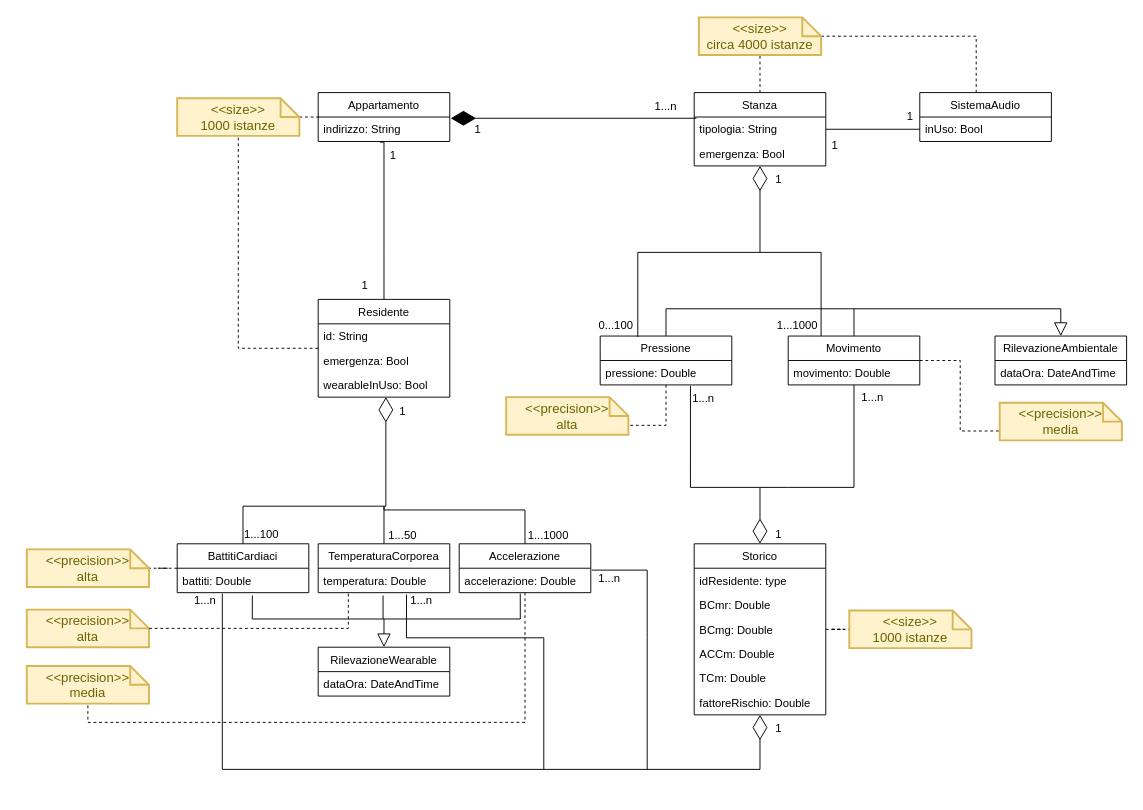
Above: Progetto/Dominio/Diag 2.drawio in Wonderjack996/unimib-software-architecture (draw.io), before the change. Source tidied: cells renumbered, new cells numbered last; positions are measured from the earlier drawing's top-left corner, leaving out a move shared by most shapes. Both pictures are drawn from the tidied source at 94%, with x=0, y=0 at pixel (26, 17).
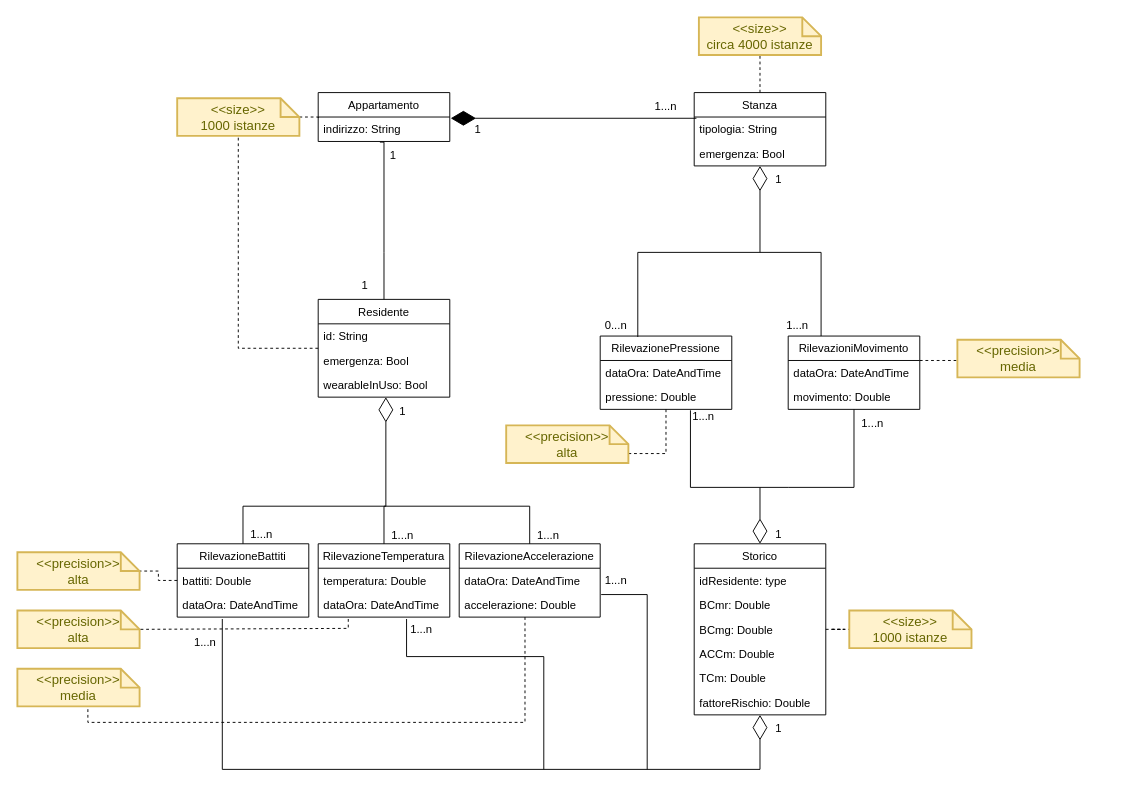
The same page after the edit.

The change refers to these unchanged cells:
```xml
<mxCell id="6" value="tipologia: String" style="text;strokeColor=none;fillColor=none;align=left;verticalAlign=top;spacingLeft=4;spacingRight=4;overflow=hidden;points=[[0,0.5],[1,0.5]];portConstraint=eastwest;" parent="5" vertex="1">
  <mxGeometry y="26" width="140" height="26" as="geometry" />
</mxCell>
<mxCell id="30" value="Storico" style="swimlane;fontStyle=0;horizontal=1;startSize=26;fillColor=none;" parent="1" vertex="1">
  <mxGeometry x="710" y="560" width="140" height="182" as="geometry" />
</mxCell>
<mxCell id="39" value="&amp;lt;&amp;lt;size&amp;gt;&amp;gt;&lt;br&gt;circa 4000 istanze" style="shape=note;strokeWidth=2;fontSize=14;size=20;whiteSpace=wrap;html=1;fillColor=#fff2cc;strokeColor=#d6b656;fontColor=#666600;" parent="1" vertex="1">
  <mxGeometry x="715" width="130" height="40" as="geometry" />
</mxCell>
<mxCell id="48" value="battiti: Double" style="text;strokeColor=none;fillColor=none;align=left;verticalAlign=top;spacingLeft=4;spacingRight=4;overflow=hidden;points=[[0,0.5],[1,0.5]];portConstraint=eastwest;" parent="47" vertex="1">
  <mxGeometry y="26" width="140" height="26" as="geometry" />
</mxCell>
<mxCell id="50" value="temperatura: Double" style="text;strokeColor=none;fillColor=none;align=left;verticalAlign=top;spacingLeft=4;spacingRight=4;overflow=hidden;points=[[0,0.5],[1,0.5]];portConstraint=eastwest;" parent="49" vertex="1">
  <mxGeometry y="26" width="140" height="26" as="geometry" />
</mxCell>
```

What changed in the source:
```diff
@@
-    <mxCell id="11" value="RilevazioneAmbientale" style="swimlane;fontStyle=0;horizontal=1;startSize=26;fillColor=none;" parent="1" vertex="1">
-      <mxGeometry x="1030" y="339" width="140" height="52" as="geometry" />
-    </mxCell>
-    <mxCell id="12" value="dataOra: DateAndTime" style="text;strokeColor=none;fillColor=none;align=left;verticalAlign=top;spacingLeft=4;spacingRight=4;overflow=hidden;" parent="11" vertex="1">
-      <mxGeometry y="26" width="140" height="26" as="geometry" />
-    </mxCell>
-    <mxCell id="13" value="RilevazioneWearable" style="swimlane;fontStyle=0;horizontal=1;startSize=26;fillColor=none;" parent="1" vertex="1">
-      <mxGeometry x="310" y="670" width="140" height="52" as="geometry" />
-    </mxCell>
-    <mxCell id="14" value="dataOra: DateAndTime" style="text;strokeColor=none;fillColor=none;align=left;verticalAlign=top;spacingLeft=4;spacingRight=4;overflow=hidden;" parent="13" vertex="1">
-      <mxGeometry y="26" width="140" height="26" as="geometry" />
-    </mxCell>
@@
-    <mxCell id="23" style="edgeStyle=orthogonalEdgeStyle;rounded=0;jettySize=auto;html=1;entryX=0;entryY=0;entryDx=130;entryDy=20;entryPerimeter=0;dashed=1;endArrow=none;endFill=0;" parent="1" edge="1" source="24" target="39">
-      <mxGeometry relative="1" as="geometry">
-        <Array as="points">
-          <mxPoint x="1010" y="20" />
-        </Array>
-      </mxGeometry>
-    </mxCell>
-    <mxCell id="24" value="SistemaAudio" style="swimlane;fontStyle=0;horizontal=1;startSize=26;fillColor=none;" parent="1" vertex="1">
-      <mxGeometry x="950" y="80" width="140" height="52" as="geometry" />
-    </mxCell>
-    <mxCell id="25" value="inUso: Bool" style="text;strokeColor=none;fillColor=none;align=left;verticalAlign=top;spacingLeft=4;spacingRight=4;overflow=hidden;points=[[0,0.5],[1,0.5]];portConstraint=eastwest;" parent="24" vertex="1">
-      <mxGeometry y="26" width="140" height="26" as="geometry" />
-    </mxCell>
-    <mxCell id="26" style="edgeStyle=orthogonalEdgeStyle;rounded=0;jettySize=auto;html=1;endArrow=none;endFill=0;" parent="1" edge="1" source="6" target="25">
-      <mxGeometry relative="1" as="geometry" />
-    </mxCell>
-    <mxCell id="27" value="1" style="text;html=1;strokeColor=none;fillColor=none;align=center;verticalAlign=middle;whiteSpace=wrap;rounded=0;" parent="1" vertex="1">
-      <mxGeometry x="910" y="91" width="60" height="30" as="geometry" />
-    </mxCell>
-    <mxCell id="28" value="1" style="text;html=1;strokeColor=none;fillColor=none;align=center;verticalAlign=middle;whiteSpace=wrap;rounded=0;" parent="1" vertex="1">
-      <mxGeometry x="830" y="121" width="60" height="30" as="geometry" />
-    </mxCell>
@@
-    <mxCell id="41" value="Pressione" style="swimlane;fontStyle=0;horizontal=1;startSize=26;fillColor=none;" parent="1" vertex="1">
-      <mxGeometry x="610" y="339" width="140" height="52" as="geometry" />
+    <mxCell id="41" value="RilevazionePressione" style="swimlane;fontStyle=0;horizontal=1;startSize=26;fillColor=none;" parent="1" vertex="1">
+      <mxGeometry x="610" y="339" width="140" height="78" as="geometry" />
     </mxCell>
+    <mxCell id="90" value="dataOra: DateAndTime" style="text;strokeColor=none;fillColor=none;align=left;verticalAlign=top;spacingLeft=4;spacingRight=4;overflow=hidden;" parent="41" vertex="1">
+      <mxGeometry y="26" width="140" height="26" as="geometry" />
+    </mxCell>
     <mxCell id="42" value="pressione: Double" style="text;strokeColor=none;fillColor=none;align=left;verticalAlign=top;spacingLeft=4;spacingRight=4;overflow=hidden;points=[[0,0.5],[1,0.5]];portConstraint=eastwest;" parent="41" vertex="1">
-      <mxGeometry y="26" width="140" height="26" as="geometry" />
+      <mxGeometry y="52" width="140" height="26" as="geometry" />
     </mxCell>
     <mxCell id="43" style="edgeStyle=orthogonalEdgeStyle;rounded=0;jettySize=auto;html=1;entryX=0;entryY=0.5;entryDx=0;entryDy=0;entryPerimeter=0;endArrow=none;endFill=0;dashed=1;" parent="1" edge="1" source="44" target="58">
       <mxGeometry relative="1" as="geometry">
         <Array as="points">
-          <mxPoint x="993" y="365" />
-          <mxPoint x="993" y="440" />
+          <mxPoint x="1000" y="365" />
         </Array>
       </mxGeometry>
     </mxCell>
-    <mxCell id="44" value="Movimento" style="swimlane;fontStyle=0;horizontal=1;startSize=26;fillColor=none;" parent="1" vertex="1">
-      <mxGeometry x="810" y="339" width="140" height="52" as="geometry" />
+    <mxCell id="44" value="RilevazioniMovimento" style="swimlane;fontStyle=0;horizontal=1;startSize=26;fillColor=none;" parent="1" vertex="1">
+      <mxGeometry x="810" y="339" width="140" height="78" as="geometry" />
     </mxCell>
+    <mxCell id="91" value="dataOra: DateAndTime" style="text;strokeColor=none;fillColor=none;align=left;verticalAlign=top;spacingLeft=4;spacingRight=4;overflow=hidden;" parent="44" vertex="1">
+      <mxGeometry y="26" width="140" height="26" as="geometry" />
+    </mxCell>
     <mxCell id="45" value="movimento: Double" style="text;strokeColor=none;fillColor=none;align=left;verticalAlign=top;spacingLeft=4;spacingRight=4;overflow=hidden;" parent="44" vertex="1">
-      <mxGeometry y="26" width="140" height="26" as="geometry" />
+      <mxGeometry y="52" width="140" height="26" as="geometry" />
     </mxCell>
@@
-    <mxCell id="47" value="BattitiCardiaci" style="swimlane;fontStyle=0;horizontal=1;startSize=26;fillColor=none;" parent="1" vertex="1">
-      <mxGeometry x="160" y="560" width="140" height="52" as="geometry" />
+    <mxCell id="47" value="RilevazioneBattiti" style="swimlane;fontStyle=0;horizontal=1;startSize=26;fillColor=none;" parent="1" vertex="1">
+      <mxGeometry x="160" y="560" width="140" height="78" as="geometry" />
     </mxCell>
@@
+    <mxCell id="92" value="dataOra: DateAndTime" style="text;strokeColor=none;fillColor=none;align=left;verticalAlign=top;spacingLeft=4;spacingRight=4;overflow=hidden;" parent="47" vertex="1">
+      <mxGeometry y="52" width="140" height="26" as="geometry" />
+    </mxCell>
-    <mxCell id="49" value="TemperaturaCorporea" style="swimlane;fontStyle=0;horizontal=1;startSize=26;fillColor=none;" parent="1" vertex="1">
-      <mxGeometry x="310" y="560" width="140" height="52" as="geometry" />
+    <mxCell id="49" value="RilevazioneTemperatura" style="swimlane;fontStyle=0;horizontal=1;startSize=26;fillColor=none;" parent="1" vertex="1">
+      <mxGeometry x="310" y="560" width="140" height="78" as="geometry" />
     </mxCell>
@@
+    <mxCell id="93" value="dataOra: DateAndTime" style="text;strokeColor=none;fillColor=none;align=left;verticalAlign=top;spacingLeft=4;spacingRight=4;overflow=hidden;" parent="49" vertex="1">
+      <mxGeometry y="52" width="140" height="26" as="geometry" />
+    </mxCell>
@@
-    <mxCell id="52" value="Accelerazione" style="swimlane;fontStyle=0;horizontal=1;startSize=26;fillColor=none;" parent="1" vertex="1">
-      <mxGeometry x="460" y="560" width="140" height="52" as="geometry" />
+    <mxCell id="52" value="RilevazioneAccelerazione" style="swimlane;fontStyle=0;horizontal=1;startSize=26;fillColor=none;" parent="1" vertex="1">
+      <mxGeometry x="460" y="560" width="150" height="78" as="geometry" />
     </mxCell>
+    <mxCell id="94" value="dataOra: DateAndTime" style="text;strokeColor=none;fillColor=none;align=left;verticalAlign=top;spacingLeft=4;spacingRight=4;overflow=hidden;" parent="52" vertex="1">
+      <mxGeometry y="26" width="150" height="26" as="geometry" />
+    </mxCell>
     <mxCell id="53" value="accelerazione: Double" style="text;strokeColor=none;fillColor=none;align=left;verticalAlign=top;spacingLeft=4;spacingRight=4;overflow=hidden;points=[[0,0.5],[1,0.5]];portConstraint=eastwest;" parent="52" vertex="1">
-      <mxGeometry y="26" width="140" height="26" as="geometry" />
+      <mxGeometry y="52" width="150" height="26" as="geometry" />
     </mxCell>
     <mxCell id="54" value="&amp;lt;&amp;lt;precision&amp;gt;&amp;gt;&lt;br&gt;alta" style="shape=note;strokeWidth=2;fontSize=14;size=20;whiteSpace=wrap;html=1;fillColor=#fff2cc;strokeColor=#d6b656;fontColor=#666600;" parent="1" vertex="1">
-      <mxGeometry y="630" width="130" height="40" as="geometry" />
+      <mxGeometry x="-10" y="631" width="130" height="40" as="geometry" />
     </mxCell>
     <mxCell id="55" value="&amp;lt;&amp;lt;precision&amp;gt;&amp;gt;&lt;br&gt;alta" style="shape=note;strokeWidth=2;fontSize=14;size=20;whiteSpace=wrap;html=1;fillColor=#fff2cc;strokeColor=#d6b656;fontColor=#666600;" parent="1" vertex="1">
-      <mxGeometry y="566" width="130" height="40" as="geometry" />
+      <mxGeometry x="-10" y="569" width="130" height="40" as="geometry" />
     </mxCell>
     <mxCell id="56" value="&amp;lt;&amp;lt;precision&amp;gt;&amp;gt;&lt;br&gt;media" style="shape=note;strokeWidth=2;fontSize=14;size=20;whiteSpace=wrap;html=1;fillColor=#fff2cc;strokeColor=#d6b656;fontColor=#666600;" parent="1" vertex="1">
-      <mxGeometry y="690" width="130" height="40" as="geometry" />
+      <mxGeometry x="-10" y="693" width="130" height="40" as="geometry" />
     </mxCell>
     <mxCell id="57" value="&amp;lt;&amp;lt;precision&amp;gt;&amp;gt;&lt;br&gt;alta" style="shape=note;strokeWidth=2;fontSize=14;size=20;whiteSpace=wrap;html=1;fillColor=#fff2cc;strokeColor=#d6b656;fontColor=#666600;" parent="1" vertex="1">
-      <mxGeometry x="510" y="404" width="130" height="40" as="geometry" />
+      <mxGeometry x="510" y="434" width="130" height="40" as="geometry" />
     </mxCell>
     <mxCell id="58" value="&amp;lt;&amp;lt;precision&amp;gt;&amp;gt;&lt;br&gt;media" style="shape=note;strokeWidth=2;fontSize=14;size=20;whiteSpace=wrap;html=1;fillColor=#fff2cc;strokeColor=#d6b656;fontColor=#666600;" parent="1" vertex="1">
-      <mxGeometry x="1035" y="410" width="130" height="40" as="geometry" />
+      <mxGeometry x="990" y="343" width="130" height="40" as="geometry" />
     </mxCell>
@@
-    <mxCell id="60" style="edgeStyle=orthogonalEdgeStyle;html=1;endSize=12;endArrow=block;endFill=0;rounded=0;exitX=0.571;exitY=1.115;exitDx=0;exitDy=0;exitPerimeter=0;entryX=0.5;entryY=0;entryDx=0;entryDy=0;" parent="1" edge="1" source="48" target="13">
-      <mxGeometry relative="1" as="geometry">
-        <Array as="points">
-          <mxPoint x="240" y="640" />
-          <mxPoint x="380" y="640" />
-        </Array>
-      </mxGeometry>
-    </mxCell>
-    <mxCell id="61" style="endArrow=none;html=1;rounded=0;exitX=0.493;exitY=1.115;exitDx=0;exitDy=0;exitPerimeter=0;" parent="1" edge="1" source="50">
-      <mxGeometry relative="1" as="geometry">
-        <mxPoint x="379" y="640" as="targetPoint" />
-      </mxGeometry>
-    </mxCell>
-    <mxCell id="62" style="endArrow=none;html=1;rounded=0;exitX=0.464;exitY=1.038;exitDx=0;exitDy=0;exitPerimeter=0;edgeStyle=orthogonalEdgeStyle;" parent="1" edge="1" source="53">
-      <mxGeometry relative="1" as="geometry">
-        <mxPoint x="380" y="640" as="targetPoint" />
-        <Array as="points">
-          <mxPoint x="525" y="640" />
-        </Array>
-      </mxGeometry>
-    </mxCell>
@@
     <mxCell id="65" style="endArrow=none;html=1;rounded=0;exitX=0.5;exitY=0;exitDx=0;exitDy=0;edgeStyle=orthogonalEdgeStyle;" parent="1" edge="1" source="52">
       <mxGeometry relative="1" as="geometry">
         <mxPoint x="380" y="520" as="targetPoint" />
         <Array as="points">
-          <mxPoint x="530" y="524" />
+          <mxPoint x="535" y="520" />
         </Array>
       </mxGeometry>
     </mxCell>
@@
-    <mxCell id="67" value="1...1000" style="text;html=1;strokeColor=none;fillColor=none;align=center;verticalAlign=middle;whiteSpace=wrap;rounded=0;" parent="1" vertex="1">
+    <mxCell id="67" value="1...n" style="text;html=1;strokeColor=none;fillColor=none;align=center;verticalAlign=middle;whiteSpace=wrap;rounded=0;" parent="1" vertex="1">
       <mxGeometry x="525" y="536" width="60" height="30" as="geometry" />
     </mxCell>
-    <mxCell id="68" value="1...50" style="text;html=1;strokeColor=none;fillColor=none;align=center;verticalAlign=middle;whiteSpace=wrap;rounded=0;" parent="1" vertex="1">
+    <mxCell id="68" value="1...n" style="text;html=1;strokeColor=none;fillColor=none;align=center;verticalAlign=middle;whiteSpace=wrap;rounded=0;" parent="1" vertex="1">
       <mxGeometry x="370" y="536" width="60" height="30" as="geometry" />
     </mxCell>
-    <mxCell id="69" value="1...100" style="text;html=1;strokeColor=none;fillColor=none;align=center;verticalAlign=middle;whiteSpace=wrap;rounded=0;" parent="1" vertex="1">
+    <mxCell id="69" value="1...n" style="text;html=1;strokeColor=none;fillColor=none;align=center;verticalAlign=middle;whiteSpace=wrap;rounded=0;" parent="1" vertex="1">
       <mxGeometry x="220" y="535" width="60" height="30" as="geometry" />
     </mxCell>
-    <mxCell id="70" style="endArrow=none;dashed=1;html=1;rounded=0;exitX=0.229;exitY=1.038;exitDx=0;exitDy=0;exitPerimeter=0;edgeStyle=orthogonalEdgeStyle;entryX=0;entryY=0;entryDx=130;entryDy=20;entryPerimeter=0;" parent="1" edge="1" source="50" target="54">
+    <mxCell id="70" style="endArrow=none;dashed=1;html=1;rounded=0;edgeStyle=orthogonalEdgeStyle;entryX=0;entryY=0;entryDx=130;entryDy=20;entryPerimeter=0;" parent="1" edge="1" target="54">
       <mxGeometry relative="1" as="geometry">
+        <mxPoint x="342" y="640" as="sourcePoint" />
         <Array as="points">
           <mxPoint x="342" y="650" />
         </Array>
       </mxGeometry>
     </mxCell>
-    <mxCell id="71" style="endArrow=diamondThin;endFill=0;endSize=24;html=1;rounded=0;edgeStyle=orthogonalEdgeStyle;entryX=0.5;entryY=1;entryDx=0;entryDy=0;exitX=0.343;exitY=1.038;exitDx=0;exitDy=0;exitPerimeter=0;" parent="1" edge="1" source="48" target="30">
+    <mxCell id="71" style="endArrow=diamondThin;endFill=0;endSize=24;html=1;rounded=0;edgeStyle=orthogonalEdgeStyle;entryX=0.5;entryY=1;entryDx=0;entryDy=0;" parent="1" edge="1" target="30">
       <mxGeometry relative="1" as="geometry">
+        <mxPoint x="208" y="640" as="sourcePoint" />
         <Array as="points">
           <mxPoint x="208" y="800" />
           <mxPoint x="780" y="800" />
         </Array>
       </mxGeometry>
     </mxCell>
     <mxCell id="72" style="endArrow=none;html=1;rounded=0;edgeStyle=orthogonalEdgeStyle;exitX=1.007;exitY=0.077;exitDx=0;exitDy=0;exitPerimeter=0;" parent="1" edge="1" source="53">
       <mxGeometry relative="1" as="geometry">
         <mxPoint x="660" y="800" as="targetPoint" />
         <Array as="points">
-          <mxPoint x="660" y="588" />
-          <mxPoint x="660" y="660" />
+          <mxPoint x="660" y="614" />
         </Array>
       </mxGeometry>
     </mxCell>
@@
     <mxCell id="74" value="1...n" style="text;html=1;strokeColor=none;fillColor=none;align=center;verticalAlign=middle;whiteSpace=wrap;rounded=0;" parent="1" vertex="1">
-      <mxGeometry x="590" y="582" width="60" height="30" as="geometry" />
+      <mxGeometry x="597" y="584" width="60" height="30" as="geometry" />
     </mxCell>
     <mxCell id="75" value="1...n" style="text;html=1;strokeColor=none;fillColor=none;align=center;verticalAlign=middle;whiteSpace=wrap;rounded=0;" parent="1" vertex="1">
-      <mxGeometry x="160" y="606" width="60" height="30" as="geometry" />
+      <mxGeometry x="160" y="650" width="60" height="30" as="geometry" />
     </mxCell>
-    <mxCell id="76" style="endArrow=none;html=1;rounded=0;edgeStyle=orthogonalEdgeStyle;exitX=0.671;exitY=1.077;exitDx=0;exitDy=0;exitPerimeter=0;" parent="1" edge="1" source="50">
+    <mxCell id="76" style="endArrow=none;html=1;rounded=0;edgeStyle=orthogonalEdgeStyle;" parent="1" edge="1">
       <mxGeometry relative="1" as="geometry">
+        <mxPoint x="404" y="640" as="sourcePoint" />
         <mxPoint x="550" y="800" as="targetPoint" />
         <Array as="points">
-          <mxPoint x="404" y="660" />
-          <mxPoint x="550" y="660" />
+          <mxPoint x="404" y="680" />
+          <mxPoint x="550" y="680" />
         </Array>
       </mxGeometry>
     </mxCell>
     <mxCell id="77" value="1...n" style="text;html=1;strokeColor=none;fillColor=none;align=center;verticalAlign=middle;whiteSpace=wrap;rounded=0;" parent="1" vertex="1">
-      <mxGeometry x="390" y="612" width="60" height="18" as="geometry" />
+      <mxGeometry x="390" y="642" width="60" height="18" as="geometry" />
     </mxCell>
-    <mxCell id="78" style="edgeStyle=orthogonalEdgeStyle;html=1;endSize=12;endArrow=block;endFill=0;rounded=0;exitX=0.5;exitY=0;exitDx=0;exitDy=0;entryX=0.5;entryY=0;entryDx=0;entryDy=0;" parent="1" edge="1" source="44" target="11">
-      <mxGeometry relative="1" as="geometry">
-        <Array as="points">
-          <mxPoint x="880" y="310" />
-          <mxPoint x="1100" y="310" />
-        </Array>
-      </mxGeometry>
-    </mxCell>
-    <mxCell id="79" style="endArrow=none;html=1;rounded=0;exitX=0.5;exitY=0;exitDx=0;exitDy=0;edgeStyle=orthogonalEdgeStyle;" parent="1" edge="1" source="41">
-      <mxGeometry relative="1" as="geometry">
-        <mxPoint x="880" y="310" as="targetPoint" />
-        <Array as="points">
-          <mxPoint x="680" y="310" />
-          <mxPoint x="880" y="310" />
-        </Array>
-      </mxGeometry>
-    </mxCell>
@@
-    <mxCell id="85" value="1...1000" style="text;html=1;strokeColor=none;fillColor=none;align=center;verticalAlign=middle;whiteSpace=wrap;rounded=0;" parent="1" vertex="1">
+    <mxCell id="85" value="1...n" style="text;html=1;strokeColor=none;fillColor=none;align=center;verticalAlign=middle;whiteSpace=wrap;rounded=0;" parent="1" vertex="1">
       <mxGeometry x="790" y="313" width="60" height="30" as="geometry" />
     </mxCell>
-    <mxCell id="86" value="0...100" style="text;html=1;strokeColor=none;fillColor=none;align=center;verticalAlign=middle;whiteSpace=wrap;rounded=0;" parent="1" vertex="1">
+    <mxCell id="86" value="0...n" style="text;html=1;strokeColor=none;fillColor=none;align=center;verticalAlign=middle;whiteSpace=wrap;rounded=0;" parent="1" vertex="1">
       <mxGeometry x="597" y="313" width="60" height="30" as="geometry" />
     </mxCell>
@@
     <mxCell id="88" value="1...n" style="text;html=1;strokeColor=none;fillColor=none;align=center;verticalAlign=middle;whiteSpace=wrap;rounded=0;" parent="1" vertex="1">
-      <mxGeometry x="870" y="390" width="60" height="30" as="geometry" />
+      <mxGeometry x="870" y="417" width="60" height="30" as="geometry" />
     </mxCell>
     <mxCell id="89" value="1...n" style="text;html=1;strokeColor=none;fillColor=none;align=center;verticalAlign=middle;whiteSpace=wrap;rounded=0;" parent="1" vertex="1">
-      <mxGeometry x="690" y="391" width="60" height="30" as="geometry" />
+      <mxGeometry x="690" y="410" width="60" height="30" as="geometry" />
     </mxCell>
```
